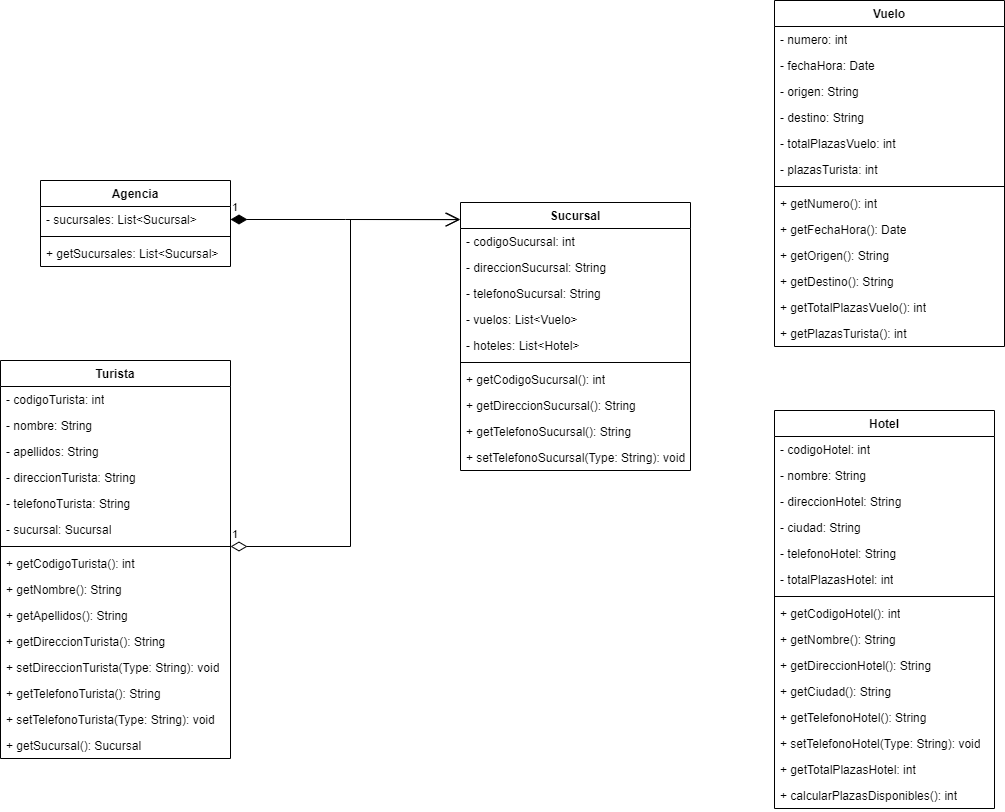
mackstm/ets keeps this draw.io diagram as unidad-4/Class-Diagram-Maxi/agencia-viajes-maxi.png. Above is the earlier version. Source tidied: cells renumbered, new cells last; positions are measured from the earlier drawing's top-left corner, leaving out a move shared by most shapes.
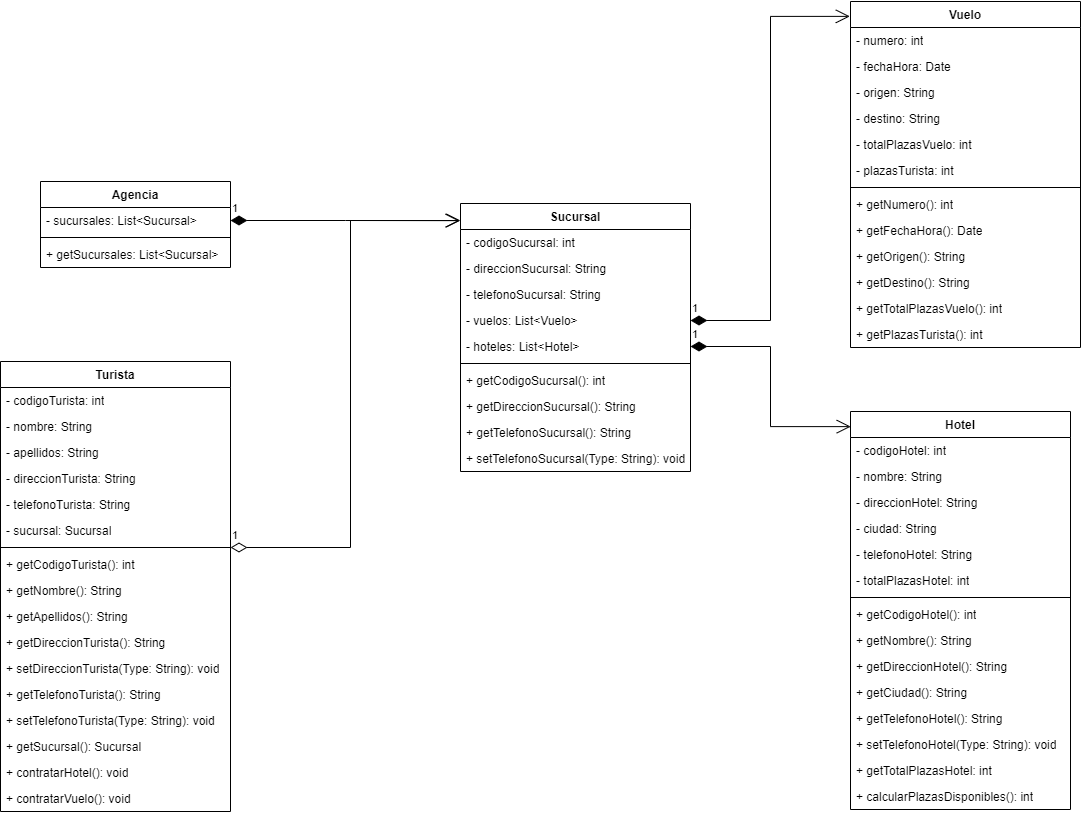
Later version of the same file.

Change to the diagram source:
```diff
@@ -48,7 +48,7 @@
       <mxGeometry y="242" width="230" height="26" as="geometry" />
     </mxCell>
     <mxCell id="17" value="Hotel" style="swimlane;fontStyle=1;align=center;verticalAlign=top;horizontal=1;startSize=26;whiteSpace=wrap;html=1;" parent="1" vertex="1">
-      <mxGeometry x="774" y="410" width="220" height="398" as="geometry" />
+      <mxGeometry x="850" y="410" width="220" height="398" as="geometry" />
     </mxCell>
     <mxCell id="18" value="- codigoHotel: int" style="text;strokeColor=none;fillColor=none;align=left;verticalAlign=top;spacingLeft=4;spacingRight=4;overflow=hidden;whiteSpace=wrap;html=1;" parent="17" vertex="1">
       <mxGeometry y="26" width="220" height="26" as="geometry" />
@@ -96,7 +96,7 @@
       <mxGeometry y="372" width="220" height="26" as="geometry" />
     </mxCell>
     <mxCell id="33" value="Vuelo" style="swimlane;fontStyle=1;align=center;verticalAlign=top;horizontal=1;startSize=26;whiteSpace=wrap;html=1;" parent="1" vertex="1">
-      <mxGeometry x="774" width="230" height="346" as="geometry" />
+      <mxGeometry x="850" width="230" height="346" as="geometry" />
     </mxCell>
     <mxCell id="34" value="- numero: int" style="text;strokeColor=none;fillColor=none;align=left;verticalAlign=top;spacingLeft=4;spacingRight=4;overflow=hidden;whiteSpace=wrap;html=1;" parent="33" vertex="1">
       <mxGeometry y="26" width="230" height="26" as="geometry" />
@@ -138,7 +138,7 @@
       <mxGeometry y="320" width="230" height="26" as="geometry" />
     </mxCell>
     <mxCell id="47" value="Turista" style="swimlane;fontStyle=1;align=center;verticalAlign=top;horizontal=1;startSize=26;whiteSpace=wrap;html=1;" parent="1" vertex="1">
-      <mxGeometry y="360" width="230" height="398" as="geometry" />
+      <mxGeometry y="360" width="230" height="450" as="geometry" />
     </mxCell>
     <mxCell id="48" value="- codigoTurista: int" style="text;strokeColor=none;fillColor=none;align=left;verticalAlign=top;spacingLeft=4;spacingRight=4;overflow=hidden;whiteSpace=wrap;html=1;" parent="47" vertex="1">
       <mxGeometry y="26" width="230" height="26" as="geometry" />
@@ -185,6 +185,12 @@
     <mxCell id="62" value="+ getSucursal(): Sucursal" style="text;strokeColor=none;fillColor=none;align=left;verticalAlign=top;spacingLeft=4;spacingRight=4;overflow=hidden;whiteSpace=wrap;html=1;" parent="47" vertex="1">
       <mxGeometry y="372" width="230" height="26" as="geometry" />
     </mxCell>
+    <mxCell id="65" value="+ contratarHotel(): void" style="text;strokeColor=none;fillColor=none;align=left;verticalAlign=top;spacingLeft=4;spacingRight=4;overflow=hidden;whiteSpace=wrap;html=1;" parent="47" vertex="1">
+      <mxGeometry y="398" width="230" height="26" as="geometry" />
+    </mxCell>
+    <mxCell id="66" value="+ contratarVuelo(): void" style="text;strokeColor=none;fillColor=none;align=left;verticalAlign=top;spacingLeft=4;spacingRight=4;overflow=hidden;whiteSpace=wrap;html=1;" parent="47" vertex="1">
+      <mxGeometry y="424" width="230" height="26" as="geometry" />
+    </mxCell>
     <mxCell id="63" value="1" style="endArrow=open;html=1;endSize=12;startArrow=diamondThin;startSize=14;startFill=1;edgeStyle=orthogonalEdgeStyle;align=left;verticalAlign=bottom;rounded=0;exitX=1;exitY=0.5;exitDx=0;exitDy=0;entryX=-0.004;entryY=0.064;entryDx=0;entryDy=0;entryPerimeter=0;" parent="1" edge="1" source="3" target="6">
       <mxGeometry x="-1" y="3" relative="1" as="geometry" />
     </mxCell>
@@ -198,5 +204,11 @@
         </Array>
       </mxGeometry>
     </mxCell>
+    <mxCell id="67" value="1" style="endArrow=open;html=1;endSize=12;startArrow=diamondThin;startSize=14;startFill=1;edgeStyle=orthogonalEdgeStyle;align=left;verticalAlign=bottom;rounded=0;exitX=1;exitY=0.5;exitDx=0;exitDy=0;entryX=-0.003;entryY=0.043;entryDx=0;entryDy=0;entryPerimeter=0;" parent="1" edge="1" source="10" target="33">
+      <mxGeometry x="-1" y="3" relative="1" as="geometry" />
+    </mxCell>
+    <mxCell id="68" value="1" style="endArrow=open;html=1;endSize=12;startArrow=diamondThin;startSize=14;startFill=1;edgeStyle=orthogonalEdgeStyle;align=left;verticalAlign=bottom;rounded=0;exitX=1;exitY=0.5;exitDx=0;exitDy=0;entryX=0.001;entryY=0.038;entryDx=0;entryDy=0;entryPerimeter=0;" parent="1" edge="1" source="11" target="17">
+      <mxGeometry x="-1" y="3" relative="1" as="geometry" />
+    </mxCell>
   </root>
 </mxGraphModel>
```
